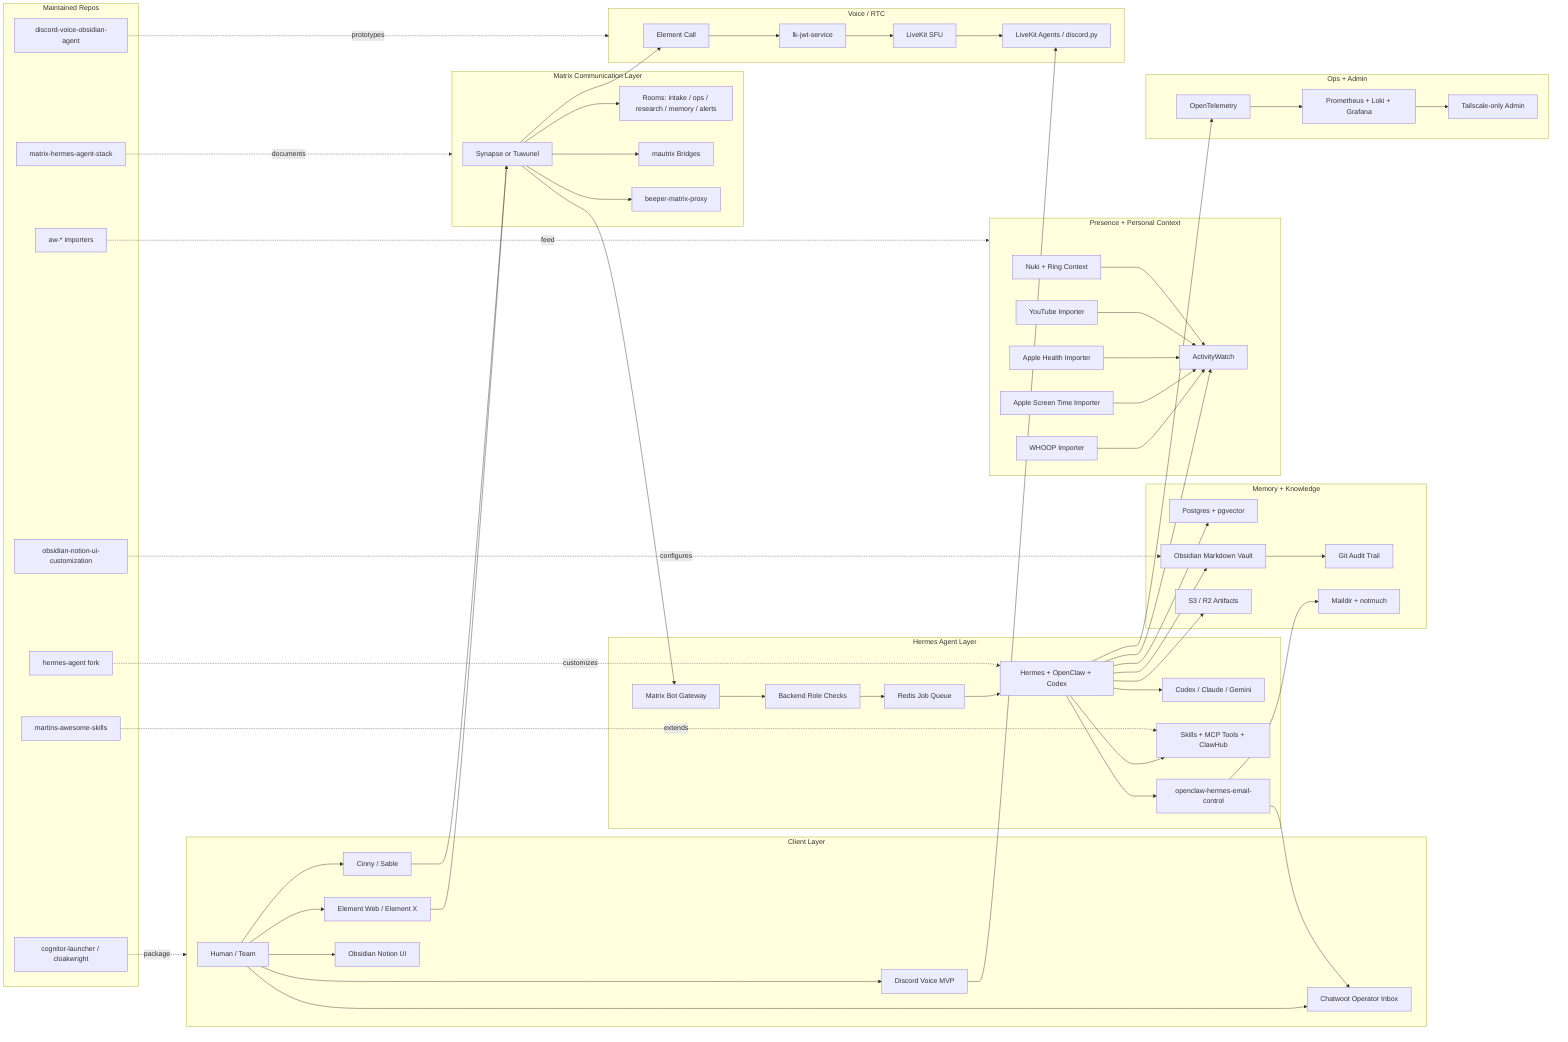
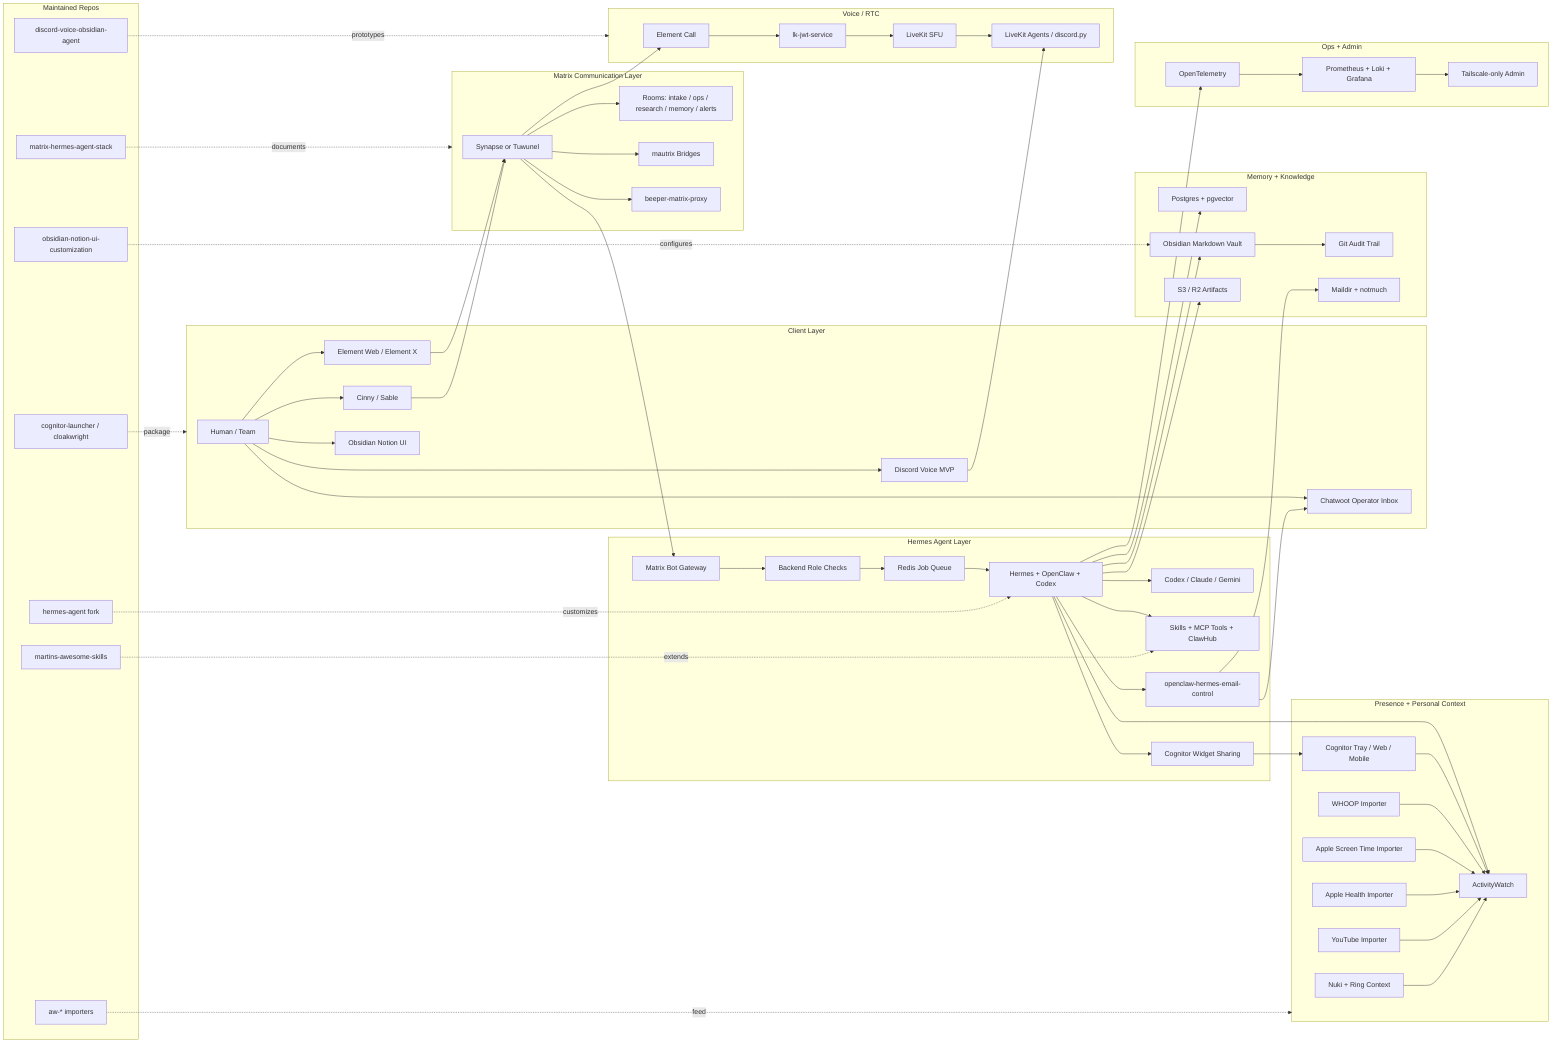
flowchart LR
  subgraph Clients["Client Layer"]
    Human["Human / Team"]
    Element["Element Web / Element X"]
    Cinny["Cinny / Sable"]
    Discord["Discord Voice MVP"]
    ObsidianUI["Obsidian Notion UI"]
    ChatwootUI["Chatwoot Operator Inbox"]
  end

  subgraph MatrixLayer["Matrix Communication Layer"]
    Homeserver["Synapse or Tuwunel"]
    Rooms["Rooms: intake / ops / research / memory / alerts"]
    Bridges["mautrix Bridges"]
    Beeper["beeper-matrix-proxy"]
  end

  subgraph AgentLayer["Hermes Agent Layer"]
    Bot["Matrix Bot Gateway"]
    Authz["Backend Role Checks"]
    Queue["Redis Job Queue"]
    Runtime["Hermes + OpenClaw + Codex"]
    Workers["Codex / Claude / Gemini"]
    Skills["Skills + MCP Tools + ClawHub"]
    EmailCtrl["openclaw-hermes-email-control"]
+     WidgetShare["Cognitor Widget Sharing"]
  end

  subgraph KnowledgeLayer["Memory + Knowledge"]
    Postgres["Postgres + pgvector"]
    Vault["Obsidian Markdown Vault"]
    Git["Git Audit Trail"]
    Artifacts["S3 / R2 Artifacts"]
    Maildir["Maildir + notmuch"]
  end

  subgraph ContextLayer["Presence + Personal Context"]
    AW["ActivityWatch"]
    Whoop["WHOOP Importer"]
    ScreenTime["Apple Screen Time Importer"]
    Health["Apple Health Importer"]
    YouTube["YouTube Importer"]
    Door["Nuki + Ring Context"]
+     Cognitor["Cognitor Tray / Web / Mobile"]
  end

  subgraph VoiceLayer["Voice / RTC"]
    ElementCall["Element Call"]
    LiveKit["LiveKit SFU"]
    JWT["lk-jwt-service"]
    VoiceAgents["LiveKit Agents / discord.py"]
  end

  subgraph OpsLayer["Ops + Admin"]
    OTel["OpenTelemetry"]
    Metrics["Prometheus + Loki + Grafana"]
    Tail["Tailscale-only Admin"]
  end

  subgraph OwnRepos["Maintained Repos"]
    StackRepo["matrix-hermes-agent-stack"]
    HermesRepo["hermes-agent fork"]
    SkillsRepo["martins-awesome-skills"]
    ObsidianRepo["obsidian-notion-ui-customization"]
    VoiceRepo["discord-voice-obsidian-agent"]
    AWRepos["aw-* importers"]
    CognitorRepos["cognitor-launcher / cloakwright"]
  end

  Human --> Element
  Human --> Cinny
  Human --> Discord
  Human --> ObsidianUI
  Human --> ChatwootUI
  Element --> Homeserver
  Cinny --> Homeserver
  Homeserver --> Rooms
  Homeserver --> Bot
  Homeserver --> Bridges
  Homeserver --> Beeper
  Bot --> Authz --> Queue --> Runtime
  Runtime --> Workers
  Runtime --> Skills
  Runtime --> EmailCtrl
+   Runtime --> WidgetShare
  EmailCtrl --> ChatwootUI
  EmailCtrl --> Maildir
+   WidgetShare --> Cognitor
  Runtime --> Postgres
  Runtime --> Vault --> Git
  Runtime --> Artifacts
  Runtime --> AW
+   Cognitor --> AW
  Whoop --> AW
  ScreenTime --> AW
  Health --> AW
  YouTube --> AW
  Door --> AW
  Homeserver --> ElementCall --> JWT --> LiveKit --> VoiceAgents
  Discord --> VoiceAgents
  Runtime --> OTel --> Metrics --> Tail
  StackRepo -. documents .-> MatrixLayer
  HermesRepo -. customizes .-> Runtime
  SkillsRepo -. extends .-> Skills
  ObsidianRepo -. configures .-> Vault
  VoiceRepo -. prototypes .-> VoiceLayer
  AWRepos -. feed .-> ContextLayer
  CognitorRepos -. package .-> Clients
